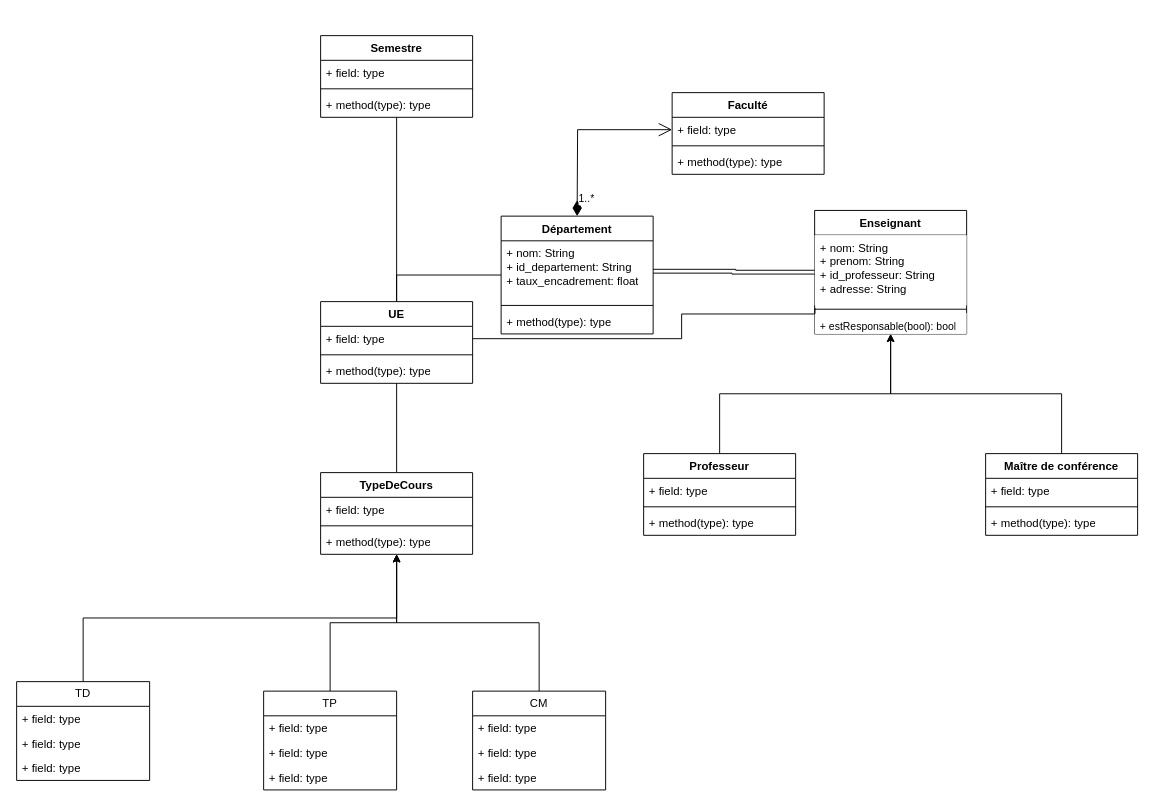
Earlier version of the draw.io diagram UML.drawio (PolleEdouard/projet_POO). Source tidied: cells renumbered, new cells numbered last; positions are measured from the earlier drawing's top-left corner, leaving out a move shared by most shapes. Both pictures are drawn from the tidied source at 95%, with x=0, y=0 at pixel (16, 35).
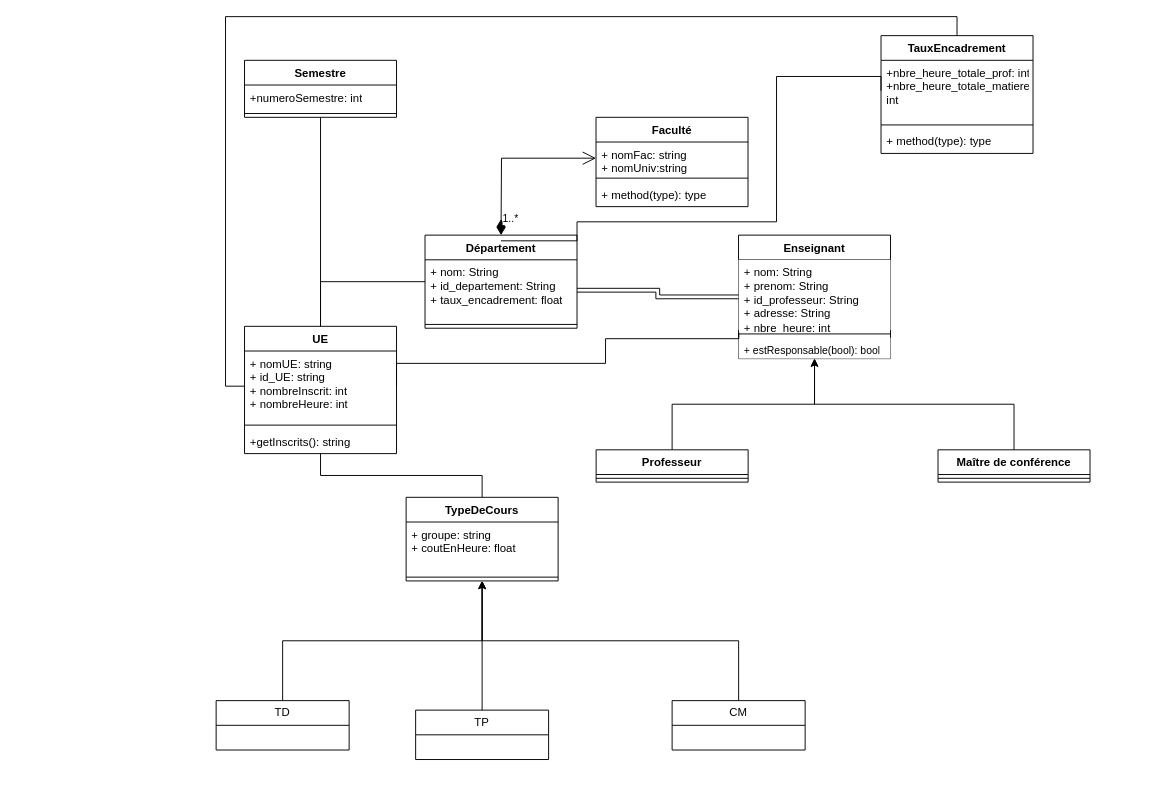
Above is the later version.

Commit message:
Fin de l'UML

Change to the diagram source:
```diff
@@
     <mxCell id="3" value="UE" style="swimlane;fontStyle=1;align=center;verticalAlign=top;horizontal=1;startSize=26;whiteSpace=wrap;html=1;" parent="1" vertex="1">
-      <mxGeometry x="320" y="280" width="160" height="86" as="geometry" />
+      <mxGeometry x="239.9" y="306" width="160" height="134" as="geometry" />
     </mxCell>
-    <mxCell id="4" value="+ field: type" style="text;strokeColor=none;fillColor=none;align=left;verticalAlign=top;spacingLeft=4;spacingRight=4;overflow=hidden;points=[[0,0.5],[1,0.5]];portConstraint=eastwest;whiteSpace=wrap;html=1;" parent="3" vertex="1">
-      <mxGeometry y="26" width="160" height="26" as="geometry" />
+    <mxCell id="4" value="+ nomUE: string&lt;br&gt;+ id_UE: string&lt;br&gt;+ nombreInscrit: int&lt;div&gt;+ nombreHeure: int&lt;/div&gt;" style="text;strokeColor=none;fillColor=none;align=left;verticalAlign=top;spacingLeft=4;spacingRight=4;overflow=hidden;points=[[0,0.5],[1,0.5]];portConstraint=eastwest;whiteSpace=wrap;html=1;" parent="3" vertex="1">
+      <mxGeometry y="26" width="160" height="74" as="geometry" />
     </mxCell>
     <mxCell id="5" style="line;strokeWidth=1;fillColor=none;align=left;verticalAlign=middle;spacingTop=-1;spacingLeft=3;spacingRight=3;labelPosition=right;strokeColor=inherit;" parent="3" vertex="1">
-      <mxGeometry y="52" width="160" height="8" as="geometry" />
+      <mxGeometry y="100" width="160" height="8" as="geometry" />
     </mxCell>
-    <mxCell id="6" value="+ method(type): type" style="text;strokeColor=none;fillColor=none;align=left;verticalAlign=top;spacingLeft=4;spacingRight=4;overflow=hidden;whiteSpace=wrap;html=1;" parent="3" vertex="1">
-      <mxGeometry y="60" width="160" height="26" as="geometry" />
+    <mxCell id="6" value="+getInscrits(): string" style="text;strokeColor=none;fillColor=none;align=left;verticalAlign=top;spacingLeft=4;spacingRight=4;overflow=hidden;whiteSpace=wrap;html=1;" parent="3" vertex="1">
+      <mxGeometry y="108" width="160" height="26" as="geometry" />
     </mxCell>
@@
     <mxCell id="8" value="TypeDeCours" style="swimlane;fontStyle=1;align=center;verticalAlign=top;horizontal=1;startSize=26;whiteSpace=wrap;html=1;" parent="1" vertex="1">
-      <mxGeometry x="320" y="460" width="160" height="86" as="geometry" />
+      <mxGeometry x="410" y="486" width="160" height="88" as="geometry" />
     </mxCell>
-    <mxCell id="9" value="+ field: type" style="text;strokeColor=none;fillColor=none;align=left;verticalAlign=top;spacingLeft=4;spacingRight=4;overflow=hidden;whiteSpace=wrap;html=1;" parent="8" vertex="1">
-      <mxGeometry y="26" width="160" height="26" as="geometry" />
+    <mxCell id="9" value="+ groupe: string&lt;div&gt;+ coutEnHeure: float&lt;br&gt;&lt;/div&gt;" style="text;strokeColor=none;fillColor=none;align=left;verticalAlign=top;spacingLeft=4;spacingRight=4;overflow=hidden;whiteSpace=wrap;html=1;" parent="8" vertex="1">
+      <mxGeometry y="26" width="160" height="54" as="geometry" />
     </mxCell>
     <mxCell id="10" style="line;strokeWidth=1;fillColor=none;align=left;verticalAlign=middle;spacingTop=-1;spacingLeft=3;spacingRight=3;labelPosition=right;strokeColor=inherit;" parent="8" vertex="1">
-      <mxGeometry y="52" width="160" height="8" as="geometry" />
+      <mxGeometry y="80" width="160" height="8" as="geometry" />
     </mxCell>
-    <mxCell id="11" value="+ method(type): type" style="text;strokeColor=none;fillColor=none;align=left;verticalAlign=top;spacingLeft=4;spacingRight=4;overflow=hidden;whiteSpace=wrap;html=1;" parent="8" vertex="1">
-      <mxGeometry y="60" width="160" height="26" as="geometry" />
-    </mxCell>
@@
     <mxCell id="13" value="TD" style="swimlane;fontStyle=0;horizontal=1;startSize=26;fillColor=none;whiteSpace=wrap;html=1;" parent="1" vertex="1">
-      <mxGeometry y="680" width="140" height="104" as="geometry" />
+      <mxGeometry x="210" y="700" width="140" height="52" as="geometry" />
     </mxCell>
-    <mxCell id="14" value="+ field: type" style="text;strokeColor=none;fillColor=none;align=left;verticalAlign=top;spacingLeft=4;spacingRight=4;overflow=hidden;whiteSpace=wrap;html=1;" parent="13" vertex="1">
-      <mxGeometry y="26" width="140" height="26" as="geometry" />
-    </mxCell>
-    <mxCell id="15" value="+ field: type" style="text;strokeColor=none;fillColor=none;align=left;verticalAlign=top;spacingLeft=4;spacingRight=4;overflow=hidden;whiteSpace=wrap;html=1;" parent="13" vertex="1">
-      <mxGeometry y="52" width="140" height="26" as="geometry" />
-    </mxCell>
-    <mxCell id="16" value="+ field: type" style="text;strokeColor=none;fillColor=none;align=left;verticalAlign=top;spacingLeft=4;spacingRight=4;overflow=hidden;whiteSpace=wrap;html=1;" parent="13" vertex="1">
-      <mxGeometry y="78" width="140" height="26" as="geometry" />
-    </mxCell>
@@
     <mxCell id="18" value="TP" style="swimlane;fontStyle=0;horizontal=1;startSize=26;fillColor=none;whiteSpace=wrap;html=1;" parent="1" vertex="1">
-      <mxGeometry x="260" y="690" width="140" height="104" as="geometry" />
+      <mxGeometry x="420" y="710" width="140" height="52" as="geometry" />
     </mxCell>
-    <mxCell id="19" value="+ field: type" style="text;strokeColor=none;fillColor=none;align=left;verticalAlign=top;spacingLeft=4;spacingRight=4;overflow=hidden;whiteSpace=wrap;html=1;" parent="18" vertex="1">
-      <mxGeometry y="26" width="140" height="26" as="geometry" />
-    </mxCell>
-    <mxCell id="20" value="+ field: type" style="text;strokeColor=none;fillColor=none;align=left;verticalAlign=top;spacingLeft=4;spacingRight=4;overflow=hidden;whiteSpace=wrap;html=1;" parent="18" vertex="1">
-      <mxGeometry y="52" width="140" height="26" as="geometry" />
-    </mxCell>
-    <mxCell id="21" value="+ field: type" style="text;strokeColor=none;fillColor=none;align=left;verticalAlign=top;spacingLeft=4;spacingRight=4;overflow=hidden;whiteSpace=wrap;html=1;" parent="18" vertex="1">
-      <mxGeometry y="78" width="140" height="26" as="geometry" />
-    </mxCell>
@@
     <mxCell id="23" value="CM" style="swimlane;fontStyle=0;horizontal=1;startSize=26;fillColor=none;whiteSpace=wrap;html=1;" parent="1" vertex="1">
-      <mxGeometry x="480" y="690" width="140" height="104" as="geometry" />
+      <mxGeometry x="690" y="700" width="140" height="52" as="geometry" />
     </mxCell>
-    <mxCell id="24" value="+ field: type" style="text;strokeColor=none;fillColor=none;align=left;verticalAlign=top;spacingLeft=4;spacingRight=4;overflow=hidden;whiteSpace=wrap;html=1;" parent="23" vertex="1">
-      <mxGeometry y="26" width="140" height="26" as="geometry" />
-    </mxCell>
-    <mxCell id="25" value="+ field: type" style="text;strokeColor=none;fillColor=none;align=left;verticalAlign=top;spacingLeft=4;spacingRight=4;overflow=hidden;whiteSpace=wrap;html=1;" parent="23" vertex="1">
-      <mxGeometry y="52" width="140" height="26" as="geometry" />
-    </mxCell>
-    <mxCell id="26" value="+ field: type" style="text;strokeColor=none;fillColor=none;align=left;verticalAlign=top;spacingLeft=4;spacingRight=4;overflow=hidden;whiteSpace=wrap;html=1;" parent="23" vertex="1">
-      <mxGeometry y="78" width="140" height="26" as="geometry" />
-    </mxCell>
     <mxCell id="27" value="Semestre" style="swimlane;fontStyle=1;align=center;verticalAlign=top;horizontal=1;startSize=26;whiteSpace=wrap;html=1;" parent="1" vertex="1">
-      <mxGeometry x="320" width="160" height="86" as="geometry" />
+      <mxGeometry x="239.9" y="26" width="160" height="60" as="geometry" />
     </mxCell>
-    <mxCell id="28" value="+ field: type" style="text;strokeColor=none;fillColor=none;align=left;verticalAlign=top;spacingLeft=4;spacingRight=4;overflow=hidden;whiteSpace=wrap;html=1;" parent="27" vertex="1">
+    <mxCell id="28" value="+numeroSemestre: int" style="text;strokeColor=none;fillColor=none;align=left;verticalAlign=top;spacingLeft=4;spacingRight=4;overflow=hidden;whiteSpace=wrap;html=1;" parent="27" vertex="1">
       <mxGeometry y="26" width="160" height="26" as="geometry" />
     </mxCell>
@@
-    <mxCell id="30" value="+ method(type): type" style="text;strokeColor=none;fillColor=none;align=left;verticalAlign=top;spacingLeft=4;spacingRight=4;overflow=hidden;whiteSpace=wrap;html=1;" parent="27" vertex="1">
-      <mxGeometry y="60" width="160" height="26" as="geometry" />
-    </mxCell>
     <mxCell id="31" value="Département" style="swimlane;fontStyle=1;align=center;verticalAlign=top;horizontal=1;startSize=26;whiteSpace=wrap;html=1;" parent="1" vertex="1">
-      <mxGeometry x="510" y="190" width="160" height="124" as="geometry" />
+      <mxGeometry x="429.9" y="210" width="160" height="98" as="geometry" />
     </mxCell>
@@
-    <mxCell id="35" value="+ method(type): type" style="text;strokeColor=none;fillColor=none;align=left;verticalAlign=top;spacingLeft=4;spacingRight=4;overflow=hidden;whiteSpace=wrap;html=1;" parent="31" vertex="1">
-      <mxGeometry y="98" width="160" height="26" as="geometry" />
-    </mxCell>
@@
     <mxCell id="37" value="Enseignant" style="swimlane;fontStyle=1;align=center;verticalAlign=top;horizontal=1;startSize=26;whiteSpace=wrap;html=1;fillColor=default;" parent="1" vertex="1">
-      <mxGeometry x="840" y="184" width="160" height="130" as="geometry" />
+      <mxGeometry x="759.9" y="210" width="160" height="130" as="geometry" />
     </mxCell>
-    <mxCell id="38" value="+ nom: String&lt;div&gt;+ prenom: String&lt;/div&gt;&lt;div&gt;+ id_professeur: String&lt;/div&gt;&lt;div&gt;+ adresse: String&lt;/div&gt;" style="text;strokeColor=none;fillColor=default;align=left;verticalAlign=top;spacingLeft=4;spacingRight=4;overflow=hidden;points=[[0,0.5],[1,0.5]];portConstraint=eastwest;whiteSpace=wrap;html=1;" parent="37" vertex="1">
+    <mxCell id="38" value="+ nom: String&lt;div&gt;+ prenom: String&lt;/div&gt;&lt;div&gt;+ id_professeur: String&lt;/div&gt;&lt;div&gt;+ adresse: String&lt;/div&gt;&lt;div&gt;+ nbre_heure: int&lt;/div&gt;" style="text;strokeColor=none;fillColor=default;align=left;verticalAlign=top;spacingLeft=4;spacingRight=4;overflow=hidden;points=[[0,0.5],[1,0.5]];portConstraint=eastwest;whiteSpace=wrap;html=1;" parent="37" vertex="1">
       <mxGeometry y="26" width="160" height="74" as="geometry" />
     </mxCell>
@@
     <mxCell id="41" value="Maître de conférence" style="swimlane;fontStyle=1;align=center;verticalAlign=top;horizontal=1;startSize=26;whiteSpace=wrap;html=1;" parent="1" vertex="1">
-      <mxGeometry x="1020" y="440" width="160" height="86" as="geometry" />
+      <mxGeometry x="969.9" y="436" width="160" height="34" as="geometry" />
     </mxCell>
-    <mxCell id="42" value="+ field: type" style="text;strokeColor=none;fillColor=none;align=left;verticalAlign=top;spacingLeft=4;spacingRight=4;overflow=hidden;whiteSpace=wrap;html=1;" parent="41" vertex="1">
-      <mxGeometry y="26" width="160" height="26" as="geometry" />
-    </mxCell>
     <mxCell id="43" style="line;strokeWidth=1;fillColor=none;align=left;verticalAlign=middle;spacingTop=-1;spacingLeft=3;spacingRight=3;labelPosition=right;strokeColor=inherit;" parent="41" vertex="1">
-      <mxGeometry y="52" width="160" height="8" as="geometry" />
+      <mxGeometry y="26" width="160" height="8" as="geometry" />
     </mxCell>
-    <mxCell id="44" value="+ method(type): type" style="text;strokeColor=none;fillColor=none;align=left;verticalAlign=top;spacingLeft=4;spacingRight=4;overflow=hidden;whiteSpace=wrap;html=1;" parent="41" vertex="1">
-      <mxGeometry y="60" width="160" height="26" as="geometry" />
-    </mxCell>
@@
     <mxCell id="46" value="Professeur" style="swimlane;fontStyle=1;align=center;verticalAlign=top;horizontal=1;startSize=26;whiteSpace=wrap;html=1;" parent="1" vertex="1">
-      <mxGeometry x="660" y="440" width="160" height="86" as="geometry" />
+      <mxGeometry x="610" y="436" width="160" height="34" as="geometry" />
     </mxCell>
-    <mxCell id="47" value="+ field: type" style="text;strokeColor=none;fillColor=none;align=left;verticalAlign=top;spacingLeft=4;spacingRight=4;overflow=hidden;whiteSpace=wrap;html=1;" parent="46" vertex="1">
-      <mxGeometry y="26" width="160" height="26" as="geometry" />
-    </mxCell>
     <mxCell id="48" style="line;strokeWidth=1;fillColor=none;align=left;verticalAlign=middle;spacingTop=-1;spacingLeft=3;spacingRight=3;labelPosition=right;strokeColor=inherit;" parent="46" vertex="1">
-      <mxGeometry y="52" width="160" height="8" as="geometry" />
+      <mxGeometry y="26" width="160" height="8" as="geometry" />
     </mxCell>
-    <mxCell id="49" value="+ method(type): type" style="text;strokeColor=none;fillColor=none;align=left;verticalAlign=top;spacingLeft=4;spacingRight=4;overflow=hidden;whiteSpace=wrap;html=1;" parent="46" vertex="1">
-      <mxGeometry y="60" width="160" height="26" as="geometry" />
-    </mxCell>
@@
     <mxCell id="52" value="Faculté" style="swimlane;fontStyle=1;align=center;verticalAlign=top;horizontal=1;startSize=26;whiteSpace=wrap;html=1;" parent="1" vertex="1">
-      <mxGeometry x="690" y="60" width="160" height="86" as="geometry" />
+      <mxGeometry x="609.9" y="86" width="160" height="94" as="geometry" />
     </mxCell>
-    <mxCell id="53" value="+ field: type" style="text;strokeColor=none;fillColor=none;align=left;verticalAlign=top;spacingLeft=4;spacingRight=4;overflow=hidden;points=[[0,0.5],[1,0.5]];portConstraint=eastwest;whiteSpace=wrap;html=1;" parent="52" vertex="1">
-      <mxGeometry y="26" width="160" height="26" as="geometry" />
+    <mxCell id="53" value="+ nomFac: string&lt;div&gt;+ nomUniv:string&lt;/div&gt;" style="text;strokeColor=none;fillColor=none;align=left;verticalAlign=top;spacingLeft=4;spacingRight=4;overflow=hidden;points=[[0,0.5],[1,0.5]];portConstraint=eastwest;whiteSpace=wrap;html=1;" parent="52" vertex="1">
+      <mxGeometry y="26" width="160" height="34" as="geometry" />
     </mxCell>
     <mxCell id="54" style="line;strokeWidth=1;fillColor=none;align=left;verticalAlign=middle;spacingTop=-1;spacingLeft=3;spacingRight=3;labelPosition=right;strokeColor=inherit;" parent="52" vertex="1">
-      <mxGeometry y="52" width="160" height="8" as="geometry" />
+      <mxGeometry y="60" width="160" height="8" as="geometry" />
     </mxCell>
     <mxCell id="55" value="+ method(type): type" style="text;strokeColor=none;fillColor=none;align=left;verticalAlign=top;spacingLeft=4;spacingRight=4;overflow=hidden;whiteSpace=wrap;html=1;" parent="52" vertex="1">
-      <mxGeometry y="60" width="160" height="26" as="geometry" />
+      <mxGeometry y="68" width="160" height="26" as="geometry" />
     </mxCell>
     <mxCell id="56" style="edgeStyle=orthogonalEdgeStyle;rounded=0;jettySize=auto;html=1;exitX=1;exitY=0.5;exitDx=0;exitDy=0;entryX=0.002;entryY=1.037;entryDx=0;entryDy=0;entryPerimeter=0;endArrow=none;endFill=0;" parent="1" edge="1" source="4" target="38">
       <mxGeometry relative="1" as="geometry">
         <Array as="points">
-          <mxPoint x="700" y="319" />
-          <mxPoint x="700" y="293" />
+          <mxPoint x="619.9" y="345" />
+          <mxPoint x="619.9" y="319" />
         </Array>
       </mxGeometry>
     </mxCell>
+    <mxCell id="57" style="edgeStyle=orthogonalEdgeStyle;rounded=0;jettySize=auto;html=1;exitX=0.5;exitY=0;exitDx=0;exitDy=0;entryX=0;entryY=0.5;entryDx=0;entryDy=0;endArrow=none;endFill=0;" parent="1" edge="1" source="58" target="4">
+      <mxGeometry relative="1" as="geometry" />
+    </mxCell>
+    <mxCell id="58" value="TauxEncadrement" style="swimlane;fontStyle=1;align=center;verticalAlign=top;horizontal=1;startSize=26;whiteSpace=wrap;html=1;" parent="1" vertex="1">
+      <mxGeometry x="909.9" width="160" height="124" as="geometry" />
+    </mxCell>
+    <mxCell id="59" value="+nbre_heure_totale_prof: int&lt;div&gt;+nbre_heure_totale_matiere: int&lt;/div&gt;" style="text;strokeColor=none;fillColor=none;align=left;verticalAlign=top;spacingLeft=4;spacingRight=4;overflow=hidden;points=[[0,0.5],[1,0.5]];portConstraint=eastwest;whiteSpace=wrap;html=1;" parent="58" vertex="1">
+      <mxGeometry y="26" width="160" height="64" as="geometry" />
+    </mxCell>
+    <mxCell id="60" style="line;strokeWidth=1;fillColor=none;align=left;verticalAlign=middle;spacingTop=-1;spacingLeft=3;spacingRight=3;labelPosition=right;strokeColor=inherit;" parent="58" vertex="1">
+      <mxGeometry y="90" width="160" height="8" as="geometry" />
+    </mxCell>
+    <mxCell id="35" value="+ method(type): type" style="text;strokeColor=none;fillColor=none;align=left;verticalAlign=top;spacingLeft=4;spacingRight=4;overflow=hidden;whiteSpace=wrap;html=1;" parent="58" vertex="1">
+      <mxGeometry y="98" width="160" height="26" as="geometry" />
+    </mxCell>
+    <mxCell id="61" style="edgeStyle=orthogonalEdgeStyle;rounded=0;jettySize=auto;html=1;exitX=0;exitY=0.5;exitDx=0;exitDy=0;endArrow=none;endFill=0;" parent="1" edge="1" source="59">
+      <mxGeometry relative="1" as="geometry">
+        <mxPoint x="509.9" y="216" as="targetPoint" />
+        <Array as="points">
+          <mxPoint x="799.9" y="43" />
+          <mxPoint x="799.9" y="196" />
+          <mxPoint x="589.9" y="196" />
+        </Array>
+      </mxGeometry>
+    </mxCell>
```
